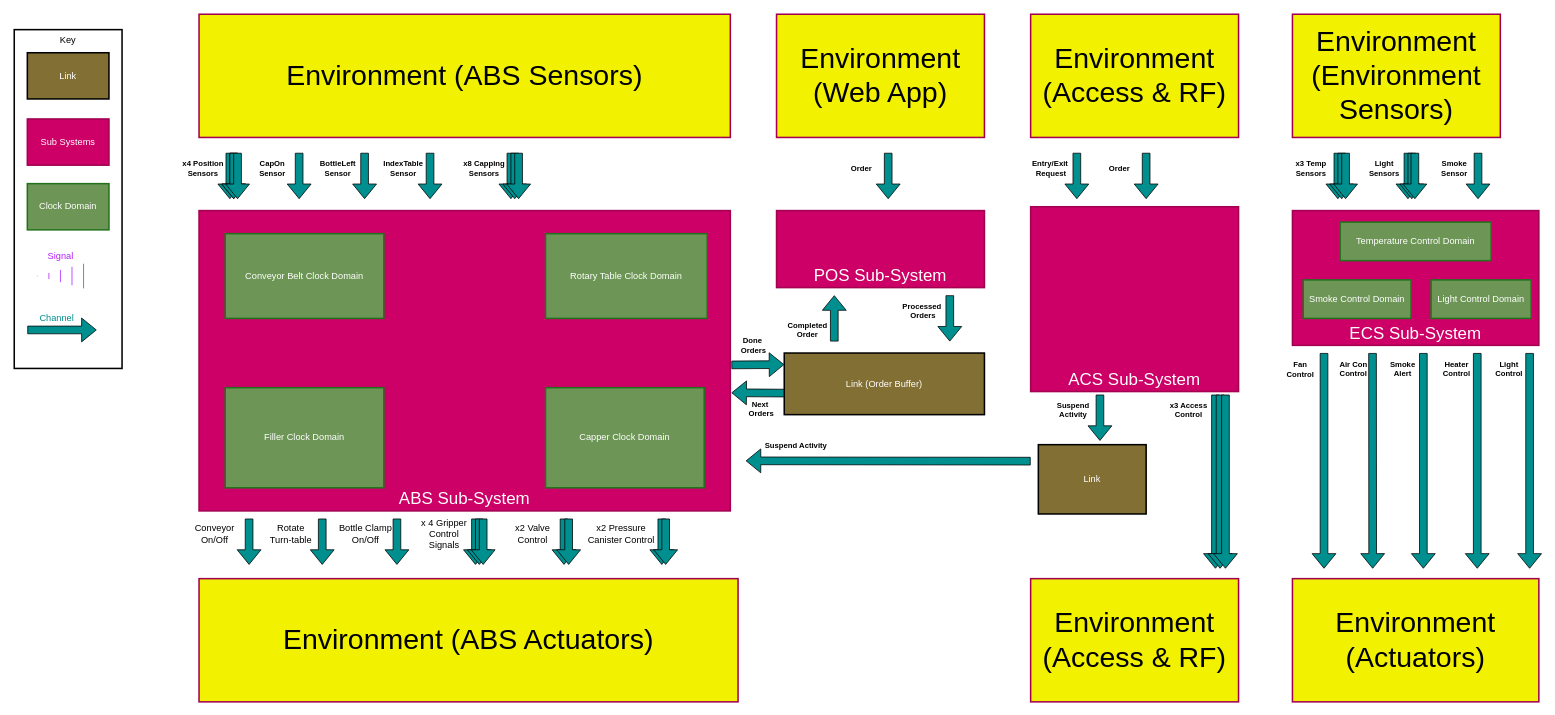
This is GRP/Initial_Block_Diagram.drawio from BeckBusch/CS704-Project-1, a draw.io file, before an edit. Source tidied: cells renumbered, new cells numbered last; positions are measured from the earlier drawing's top-left corner, leaving out a move shared by most shapes. Both pictures are drawn from the tidied source at 77%, with x=0, y=0 at pixel (14, 14).
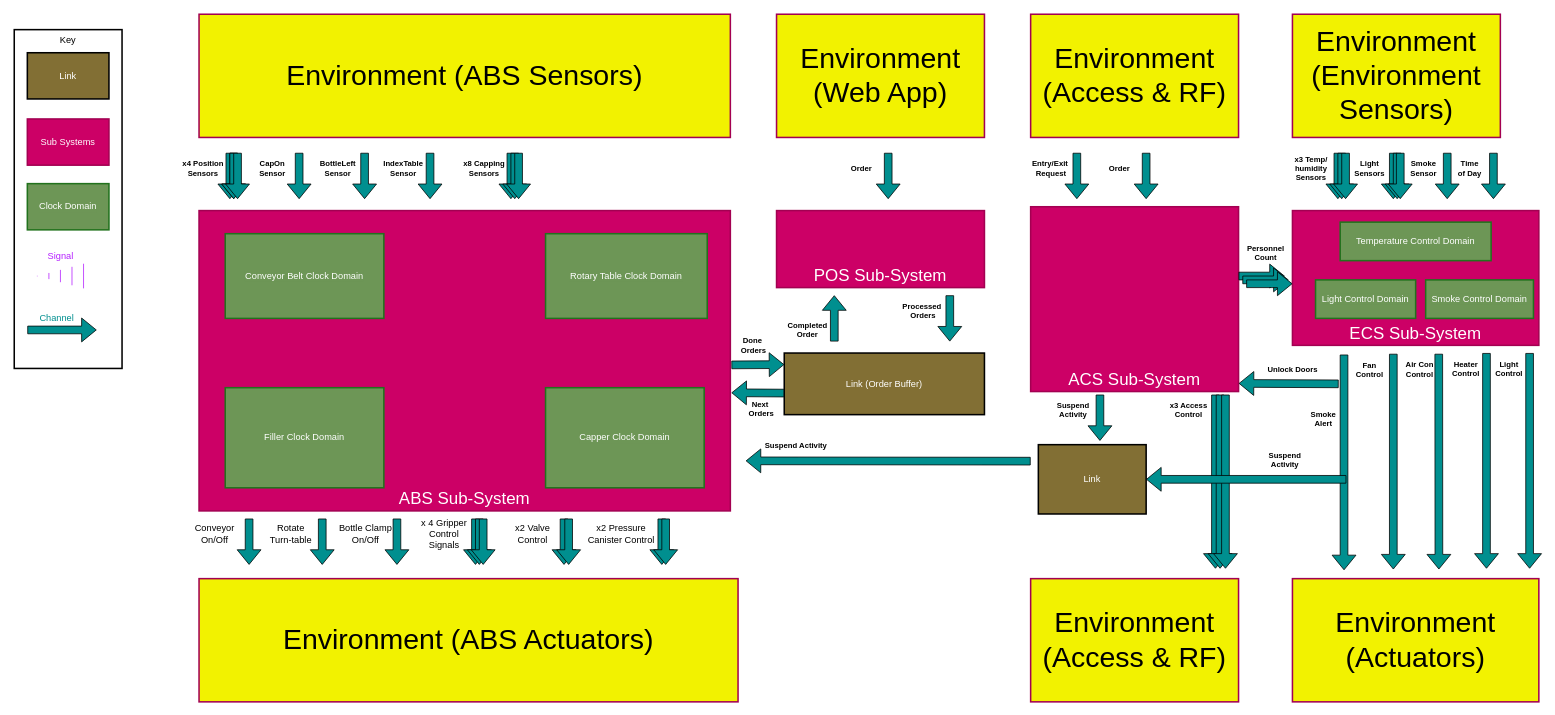
Above is the later version.

The change refers to these unchanged cells:
```xml
<mxCell id="17" value="ACS Sub-System" style="rounded=0;whiteSpace=wrap;html=1;fillColor=#CC0066;strokeWidth=2;strokeColor=#A30052;fillStyle=solid;labelBackgroundColor=none;fontColor=#ffffff;verticalAlign=bottom;fontSize=22;" parent="1" vertex="1">
  <mxGeometry x="1320" y="250" width="270" height="240" as="geometry" />
</mxCell>
<mxCell id="20" value="Link" style="rounded=0;whiteSpace=wrap;html=1;fillColor=#826F34;strokeWidth=2;strokeColor=#000000;fillStyle=solid;labelBackgroundColor=none;fontColor=#ffffff;" parent="1" vertex="1">
  <mxGeometry x="1330" y="559" width="140" height="90" as="geometry" />
</mxCell>
```

Diff of the diagram source:
```diff
@@
-    <mxCell id="66" value="x3 Temp &lt;br&gt;Sensors" style="text;html=1;align=center;verticalAlign=middle;strokeColor=none;fillColor=none;fontSize=10;fontStyle=1;" parent="1" vertex="1">
-      <mxGeometry x="1654" y="180" width="60" height="40" as="geometry" />
+    <mxCell id="66" value="&lt;div&gt;x3 Temp/&lt;/div&gt;&lt;div&gt;humidity&lt;br&gt; &lt;/div&gt;Sensors" style="text;html=1;align=center;verticalAlign=middle;strokeColor=none;fillColor=none;fontSize=10;fontStyle=1;" parent="1" vertex="1">
+      <mxGeometry x="1649" y="175" width="70" height="50" as="geometry" />
     </mxCell>
@@
     <mxCell id="68" value="Light &lt;br&gt;Sensors" style="text;html=1;align=center;verticalAlign=middle;strokeColor=none;fillColor=none;fontSize=10;fontStyle=1;" parent="1" vertex="1">
-      <mxGeometry x="1749" y="180" width="60" height="40" as="geometry" />
+      <mxGeometry x="1730" y="180" width="60" height="40" as="geometry" />
     </mxCell>
     <mxCell id="69" style="shape=flexArrow;endArrow=classic;html=1;rounded=0;fillColor=#008F8F;" parent="1" edge="1">
       <mxGeometry relative="1" as="geometry">
-        <mxPoint x="1810" y="180" as="sourcePoint" />
-        <mxPoint x="1810" y="240" as="targetPoint" />
+        <mxPoint x="1791" y="180" as="sourcePoint" />
+        <mxPoint x="1791" y="240" as="targetPoint" />
       </mxGeometry>
     </mxCell>
@@
     <mxCell id="72" style="shape=flexArrow;endArrow=classic;html=1;rounded=0;fillColor=#008F8F;" parent="1" edge="1">
       <mxGeometry relative="1" as="geometry">
-        <mxPoint x="1815" y="180" as="sourcePoint" />
-        <mxPoint x="1815" y="240" as="targetPoint" />
+        <mxPoint x="1796" y="180" as="sourcePoint" />
+        <mxPoint x="1796" y="240" as="targetPoint" />
       </mxGeometry>
     </mxCell>
     <mxCell id="73" style="shape=flexArrow;endArrow=classic;html=1;rounded=0;fillColor=#008F8F;" parent="1" edge="1">
       <mxGeometry relative="1" as="geometry">
-        <mxPoint x="1819" y="180" as="sourcePoint" />
-        <mxPoint x="1819" y="240" as="targetPoint" />
+        <mxPoint x="1800" y="180" as="sourcePoint" />
+        <mxPoint x="1800" y="240" as="targetPoint" />
       </mxGeometry>
     </mxCell>
     <mxCell id="74" value="Smoke &lt;br&gt;Sensor" style="text;html=1;align=center;verticalAlign=middle;strokeColor=none;fillColor=none;fontSize=10;fontStyle=1;" parent="1" vertex="1">
-      <mxGeometry x="1840" y="180" width="60" height="40" as="geometry" />
+      <mxGeometry x="1800" y="180" width="60" height="40" as="geometry" />
     </mxCell>
     <mxCell id="75" style="shape=flexArrow;endArrow=classic;html=1;rounded=0;fillColor=#008F8F;" parent="1" edge="1">
       <mxGeometry relative="1" as="geometry">
-        <mxPoint x="1901" y="180" as="sourcePoint" />
-        <mxPoint x="1901" y="240" as="targetPoint" />
+        <mxPoint x="1861" y="180" as="sourcePoint" />
+        <mxPoint x="1861" y="240" as="targetPoint" />
       </mxGeometry>
     </mxCell>
@@
     <mxCell id="77" value="Heater&lt;br&gt;Control" style="text;html=1;align=center;verticalAlign=middle;strokeColor=none;fillColor=none;fontSize=10;fontStyle=1;" parent="1" vertex="1">
-      <mxGeometry x="1843" y="440" width="60" height="40" as="geometry" />
+      <mxGeometry x="1855" y="440" width="60" height="40" as="geometry" />
     </mxCell>
-    <mxCell id="78" value="Smoke &lt;br&gt;Alert" style="text;html=1;align=center;verticalAlign=middle;strokeColor=none;fillColor=none;fontSize=10;fontStyle=1;" parent="1" vertex="1">
-      <mxGeometry x="1773" y="440" width="60" height="40" as="geometry" />
-    </mxCell>
     <mxCell id="79" value="Air Con&lt;br&gt;Control" style="text;html=1;align=center;verticalAlign=middle;strokeColor=none;fillColor=none;fontSize=10;fontStyle=1;" parent="1" vertex="1">
-      <mxGeometry x="1709" y="440" width="60" height="40" as="geometry" />
+      <mxGeometry x="1795" y="441" width="60" height="40" as="geometry" />
     </mxCell>
     <mxCell id="80" style="shape=flexArrow;endArrow=classic;html=1;rounded=0;fillColor=#008F8F;" parent="1" edge="1">
       <mxGeometry relative="1" as="geometry">
-        <mxPoint x="1701" y="440" as="sourcePoint" />
-        <mxPoint x="1701" y="720" as="targetPoint" />
+        <mxPoint x="1791" y="441" as="sourcePoint" />
+        <mxPoint x="1791" y="721" as="targetPoint" />
       </mxGeometry>
     </mxCell>
     <mxCell id="81" value="Fan&lt;br&gt;Control" style="text;html=1;align=center;verticalAlign=middle;strokeColor=none;fillColor=none;fontSize=10;fontStyle=1;" parent="1" vertex="1">
-      <mxGeometry x="1640" y="441" width="60" height="40" as="geometry" />
+      <mxGeometry x="1730" y="442" width="60" height="40" as="geometry" />
     </mxCell>
     <mxCell id="82" style="shape=flexArrow;endArrow=classic;html=1;rounded=0;fillColor=#008F8F;" parent="1" edge="1">
       <mxGeometry relative="1" as="geometry">
-        <mxPoint x="1764" y="440" as="sourcePoint" />
-        <mxPoint x="1764.2" y="720" as="targetPoint" />
+        <mxPoint x="1850" y="441" as="sourcePoint" />
+        <mxPoint x="1850.2" y="721" as="targetPoint" />
       </mxGeometry>
     </mxCell>
     <mxCell id="83" style="shape=flexArrow;endArrow=classic;html=1;rounded=0;fillColor=#008F8F;entryX=0.153;entryY=-0.009;entryDx=0;entryDy=0;entryPerimeter=0;" parent="1" edge="1">
       <mxGeometry relative="1" as="geometry">
-        <mxPoint x="1830" y="440" as="sourcePoint" />
-        <mxPoint x="1830" y="720" as="targetPoint" />
+        <mxPoint x="1727" y="442" as="sourcePoint" />
+        <mxPoint x="1727" y="722" as="targetPoint" />
       </mxGeometry>
     </mxCell>
     <mxCell id="84" style="shape=flexArrow;endArrow=classic;html=1;rounded=0;fillColor=#008F8F;entryX=0.153;entryY=-0.009;entryDx=0;entryDy=0;entryPerimeter=0;" parent="1" edge="1">
       <mxGeometry relative="1" as="geometry">
-        <mxPoint x="1900" y="440" as="sourcePoint" />
-        <mxPoint x="1900" y="720" as="targetPoint" />
+        <mxPoint x="1912" y="440" as="sourcePoint" />
+        <mxPoint x="1912" y="720" as="targetPoint" />
       </mxGeometry>
     </mxCell>
@@
     <mxCell id="92" value="Light Control Domain" style="rounded=0;whiteSpace=wrap;html=1;fillColor=#6D9656;strokeWidth=2;strokeColor=#22721d;fillStyle=solid;labelBackgroundColor=#6D9656;fontColor=#FFFFFF;" parent="1" vertex="1">
-      <mxGeometry x="1840" y="345" width="130" height="50" as="geometry" />
+      <mxGeometry x="1690" y="345" width="130" height="50" as="geometry" />
     </mxCell>
     <mxCell id="93" value="Smoke Control Domain" style="rounded=0;whiteSpace=wrap;html=1;fillColor=#6D9656;strokeWidth=2;strokeColor=#22721d;fillStyle=solid;labelBackgroundColor=#6D9656;fontColor=#FFFFFF;" parent="1" vertex="1">
-      <mxGeometry x="1674" y="345" width="140" height="50" as="geometry" />
+      <mxGeometry x="1833" y="345" width="140" height="50" as="geometry" />
     </mxCell>
@@
+    <mxCell id="104" style="shape=flexArrow;endArrow=classic;html=1;rounded=0;fillColor=#008F8F;entryX=0;entryY=0.543;entryDx=0;entryDy=0;entryPerimeter=0;" parent="1" edge="1">
+      <mxGeometry relative="1" as="geometry">
+        <mxPoint x="1590" y="340" as="sourcePoint" />
+        <mxPoint x="1650" y="340" as="targetPoint" />
+      </mxGeometry>
+    </mxCell>
+    <mxCell id="105" value="&lt;div&gt;Personnel&lt;/div&gt;&lt;div&gt;Count&lt;br&gt;&lt;/div&gt;" style="text;html=1;align=center;verticalAlign=middle;strokeColor=none;fillColor=none;fontSize=10;fontStyle=1;" parent="1" vertex="1">
+      <mxGeometry x="1590" y="290" width="70" height="40" as="geometry" />
+    </mxCell>
+    <mxCell id="106" value="&lt;div&gt;Time&lt;/div&gt;&lt;div&gt;of Day&lt;br&gt;&lt;/div&gt;" style="text;html=1;align=center;verticalAlign=middle;strokeColor=none;fillColor=none;fontSize=10;fontStyle=1;" parent="1" vertex="1">
+      <mxGeometry x="1865" y="180" width="50" height="40" as="geometry" />
+    </mxCell>
+    <mxCell id="107" style="shape=flexArrow;endArrow=classic;html=1;rounded=0;fillColor=#008F8F;" parent="1" edge="1">
+      <mxGeometry relative="1" as="geometry">
+        <mxPoint x="1921" y="180" as="sourcePoint" />
+        <mxPoint x="1921" y="240" as="targetPoint" />
+      </mxGeometry>
+    </mxCell>
+    <mxCell id="108" style="shape=flexArrow;endArrow=classic;html=1;rounded=0;fillColor=#008F8F;entryX=0;entryY=0.543;entryDx=0;entryDy=0;entryPerimeter=0;" parent="1" edge="1">
+      <mxGeometry relative="1" as="geometry">
+        <mxPoint x="1595" y="345" as="sourcePoint" />
+        <mxPoint x="1655" y="345" as="targetPoint" />
+      </mxGeometry>
+    </mxCell>
+    <mxCell id="109" style="shape=flexArrow;endArrow=classic;html=1;rounded=0;fillColor=#008F8F;entryX=0;entryY=0.543;entryDx=0;entryDy=0;entryPerimeter=0;" parent="1" edge="1">
+      <mxGeometry relative="1" as="geometry">
+        <mxPoint x="1600" y="350" as="sourcePoint" />
+        <mxPoint x="1660" y="350" as="targetPoint" />
+      </mxGeometry>
+    </mxCell>
+    <mxCell id="110" style="shape=flexArrow;endArrow=classic;html=1;rounded=0;fillColor=#008F8F;entryX=1;entryY=0.5;entryDx=0;entryDy=0;" parent="1" edge="1" target="20">
+      <mxGeometry relative="1" as="geometry">
+        <mxPoint x="1730" y="604" as="sourcePoint" />
+      </mxGeometry>
+    </mxCell>
+    <mxCell id="111" value="&lt;div&gt;Suspend&lt;/div&gt;&lt;div&gt;Activity&lt;br&gt;&lt;/div&gt;" style="text;html=1;align=center;verticalAlign=middle;strokeColor=none;fillColor=none;fontSize=10;fontStyle=1;" parent="1" vertex="1">
+      <mxGeometry x="1615" y="559" width="70" height="40" as="geometry" />
+    </mxCell>
+    <mxCell id="112" style="shape=flexArrow;endArrow=classic;html=1;rounded=0;fillColor=#008F8F;entryX=1.001;entryY=0.956;entryDx=0;entryDy=0;entryPerimeter=0;" parent="1" edge="1" target="17">
+      <mxGeometry relative="1" as="geometry">
+        <mxPoint x="1720" y="480" as="sourcePoint" />
+      </mxGeometry>
+    </mxCell>
+    <mxCell id="78" value="Smoke &lt;br&gt;Alert" style="text;html=1;align=center;verticalAlign=middle;strokeColor=none;fillColor=none;fontSize=10;fontStyle=1;" parent="1" vertex="1">
+      <mxGeometry x="1670" y="505" width="60" height="40" as="geometry" />
+    </mxCell>
+    <mxCell id="113" value="Unlock Doors" style="text;html=1;align=center;verticalAlign=middle;strokeColor=none;fillColor=none;fontSize=10;fontStyle=1;" parent="1" vertex="1">
+      <mxGeometry x="1615" y="446" width="90" height="30" as="geometry" />
+    </mxCell>
```
